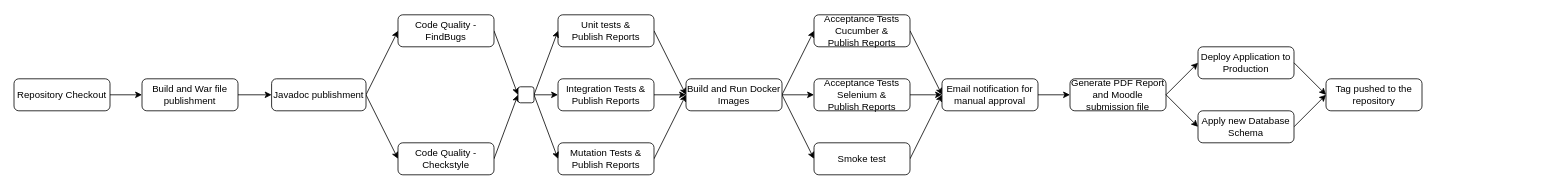
Earlier version of the draw.io diagram page "Project Pipeline Final" (4 of 5) of images/ODSOFT CA2 Pipelines.drawio (Wultyc/ISEP_2021_1A1S_ODSOFT). Source tidied: cells renumbered, new cells numbered last; positions are measured from the earlier drawing's top-left corner, leaving out a move shared by most shapes. Both pictures are drawn from the tidied source at 80%, with x=0, y=0 at pixel (14, 14).
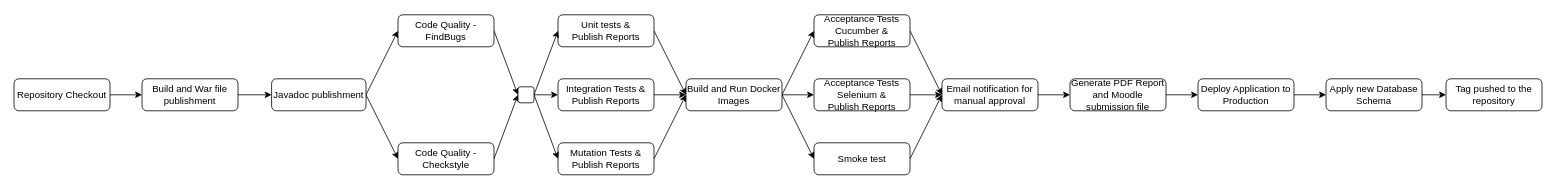
After the change.

The change refers to these unchanged cells:
```xml
<mxCell id="18" value="Generate PDF Report and Moodle submission file" style="rounded=1;whiteSpace=wrap;html=1;sketch=0;" parent="1" vertex="1">
  <mxGeometry x="1320" y="80" width="120" height="40" as="geometry" />
</mxCell>
```

What changed in the source:
```diff
@@
+    <mxCell id="43" style="edgeStyle=orthogonalEdgeStyle;rounded=0;jettySize=auto;html=1;" parent="1" edge="1" source="17" target="40">
+      <mxGeometry relative="1" as="geometry" />
+    </mxCell>
     <mxCell id="17" value="Deploy Application to Production" style="rounded=1;whiteSpace=wrap;html=1;sketch=0;" parent="1" vertex="1">
-      <mxGeometry x="1480" y="40" width="120" height="40" as="geometry" />
+      <mxGeometry x="1480" y="80" width="120" height="40" as="geometry" />
     </mxCell>
@@
-    <mxCell id="20" style="edgeStyle=none;rounded=0;sketch=0;jettySize=auto;html=1;exitX=1;exitY=0.5;exitDx=0;exitDy=0;entryX=0;entryY=0.5;entryDx=0;entryDy=0;" parent="1" edge="1" source="18" target="40">
-      <mxGeometry relative="1" as="geometry" />
-    </mxCell>
     <mxCell id="21" value="Tag pushed to the repository" style="rounded=1;whiteSpace=wrap;html=1;sketch=0;" parent="1" vertex="1">
-      <mxGeometry x="1640" y="80" width="120" height="40" as="geometry" />
+      <mxGeometry x="1790" y="80" width="120" height="40" as="geometry" />
     </mxCell>
-    <mxCell id="22" style="edgeStyle=none;rounded=0;sketch=0;jettySize=auto;html=1;exitX=1;exitY=0.5;exitDx=0;exitDy=0;entryX=0;entryY=0.5;entryDx=0;entryDy=0;" parent="1" edge="1" source="17" target="21">
-      <mxGeometry relative="1" as="geometry" />
-    </mxCell>
@@
     <mxCell id="40" value="Apply new Database Schema" style="rounded=1;whiteSpace=wrap;html=1;sketch=0;" parent="1" vertex="1">
-      <mxGeometry x="1480" y="120" width="120" height="40" as="geometry" />
+      <mxGeometry x="1640" y="80" width="120" height="40" as="geometry" />
     </mxCell>
```
